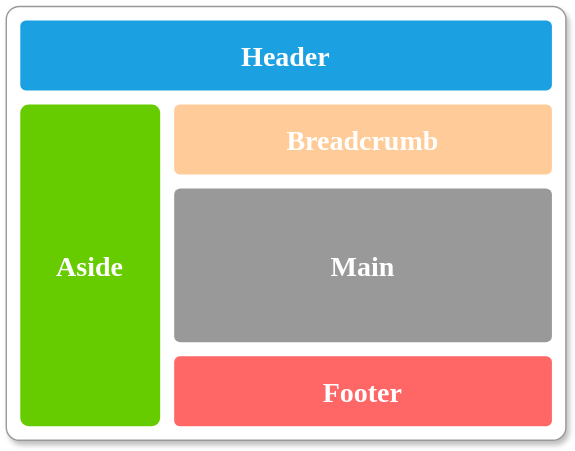
The draw.io diagram assets/admin-classic.svg in TerryZ/v-layouts, before a commit. Source tidied: cells renumbered, new cells last; positions are measured from the earlier drawing's top-left corner, leaving out a move shared by most shapes.
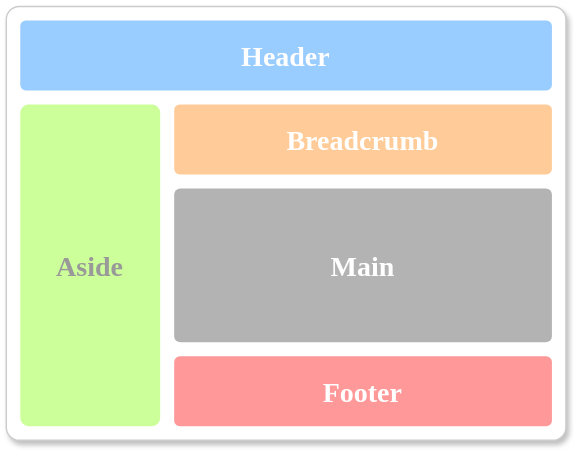
Above is the later version.

Commit message:
feat: 更新预览图配色

What changed in the source:
```diff
@@ -2,22 +2,22 @@
   <root>
     <mxCell id="0" />
     <mxCell id="1" parent="0" />
-    <mxCell id="2" style="rounded=1;whiteSpace=wrap;html=1;glass=0;sketch=0;shadow=1;arcSize=3;fontFamily=Verdana;fontSize=20;fontStyle=1;fontColor=#FFFFFF;strokeColor=#999999;" parent="1" vertex="1">
+    <mxCell id="2" style="rounded=1;whiteSpace=wrap;html=1;glass=0;sketch=0;shadow=1;arcSize=3;fontFamily=Verdana;fontSize=20;fontStyle=1;fontColor=#FFFFFF;strokeColor=#CCCCCC;" parent="1" vertex="1">
       <mxGeometry width="400" height="310" as="geometry" />
     </mxCell>
-    <mxCell id="3" value="Header" style="rounded=1;whiteSpace=wrap;html=1;shadow=0;glass=0;sketch=0;arcSize=8;fillColor=#1ba1e2;strokeColor=none;fontFamily=Verdana;fontSize=20;fontStyle=1;fontColor=#FFFFFF;" parent="1" vertex="1">
+    <mxCell id="3" value="Header" style="rounded=1;whiteSpace=wrap;html=1;shadow=0;glass=0;sketch=0;arcSize=8;fillColor=#99CCFF;strokeColor=none;fontFamily=Verdana;fontSize=20;fontStyle=1;fontColor=#FFFFFF;" parent="1" vertex="1">
       <mxGeometry x="10" y="10" width="380" height="50" as="geometry" />
     </mxCell>
-    <mxCell id="4" value="Aside" style="rounded=1;whiteSpace=wrap;html=1;shadow=0;glass=0;sketch=0;arcSize=6;fillColor=#66CC00;strokeColor=none;fontFamily=Verdana;fontSize=20;fontStyle=1;fontColor=#FFFFFF;" parent="1" vertex="1">
+    <mxCell id="4" value="Aside" style="rounded=1;whiteSpace=wrap;html=1;shadow=0;glass=0;sketch=0;arcSize=6;fillColor=#CCFF99;strokeColor=none;fontFamily=Verdana;fontSize=20;fontStyle=1;fontColor=#999999;" parent="1" vertex="1">
       <mxGeometry x="10" y="70" width="100" height="230" as="geometry" />
     </mxCell>
-    <mxCell id="5" value="Breadcrumb" style="rounded=1;whiteSpace=wrap;html=1;shadow=0;glass=0;sketch=0;arcSize=8;fillColor=#ffcc99;strokeColor=none;fontFamily=Verdana;fontSize=20;fontStyle=1;fontColor=#FFFFFF;" parent="1" vertex="1">
+    <mxCell id="5" value="Breadcrumb" style="rounded=1;whiteSpace=wrap;html=1;shadow=0;glass=0;sketch=0;arcSize=8;fillColor=#FFCC99;strokeColor=none;fontFamily=Verdana;fontSize=20;fontStyle=1;fontColor=#FFFFFF;" parent="1" vertex="1">
       <mxGeometry x="120" y="70" width="270" height="50" as="geometry" />
     </mxCell>
-    <mxCell id="6" value="Main" style="rounded=1;whiteSpace=wrap;html=1;shadow=0;glass=0;sketch=0;arcSize=4;fillColor=#999999;strokeColor=none;fontFamily=Verdana;fontSize=20;fontStyle=1;fontColor=#FFFFFF;" parent="1" vertex="1">
+    <mxCell id="6" value="Main" style="rounded=1;whiteSpace=wrap;html=1;shadow=0;glass=0;sketch=0;arcSize=4;fillColor=#B3B3B3;strokeColor=none;fontFamily=Verdana;fontSize=20;fontStyle=1;fontColor=#FFFFFF;" parent="1" vertex="1">
       <mxGeometry x="120" y="130" width="270" height="110" as="geometry" />
     </mxCell>
-    <mxCell id="7" value="Footer" style="rounded=1;whiteSpace=wrap;html=1;shadow=0;glass=0;sketch=0;arcSize=8;fillColor=#FF6666;strokeColor=none;fontFamily=Verdana;fontSize=20;fontStyle=1;fontColor=#FFFFFF;" parent="1" vertex="1">
+    <mxCell id="7" value="Footer" style="rounded=1;whiteSpace=wrap;html=1;shadow=0;glass=0;sketch=0;arcSize=8;fillColor=#FF9999;strokeColor=none;fontFamily=Verdana;fontSize=20;fontStyle=1;fontColor=#FFFFFF;" parent="1" vertex="1">
       <mxGeometry x="120" y="250" width="270" height="50" as="geometry" />
     </mxCell>
   </root>
```
